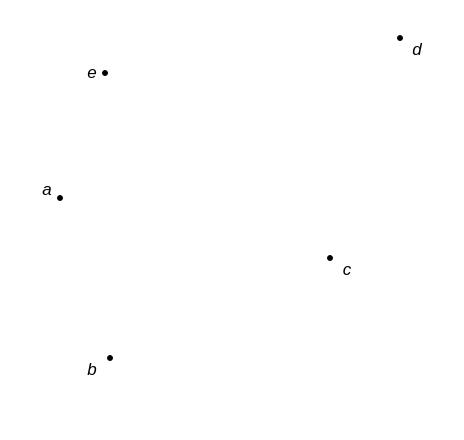
Earlier version of the draw.io diagram latex_report/useful_files/extra_mileage.drawio (thomasporro/TSP-solver). Source tidied: cells renumbered, new cells numbered last; positions are measured from the earlier drawing's top-left corner, leaving out a move shared by most shapes. Both pictures are drawn from the tidied source at 100%, with x=0, y=0 at pixel (17, 35).
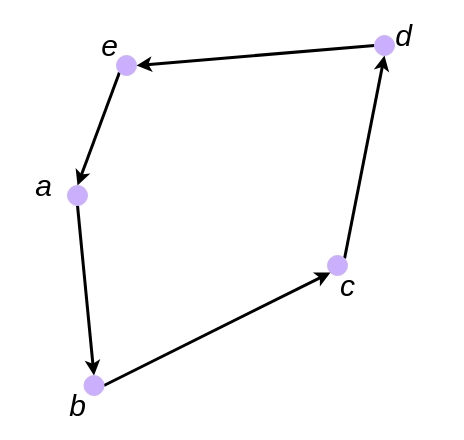
The same diagram, later.

The edit, as a diff of the source:
```diff
@@
 <mxGraphModel>
   <root>
     <mxCell id="0" />
     <mxCell id="1" parent="0" />
-    <mxCell id="2" style="ellipse;fillColor=#000000;strokeColor=#000000;fontColor=#000000;labelBackgroundColor=#000000;" parent="1" vertex="1">
-      <mxGeometry x="40" y="160" width="5" height="5" as="geometry" />
-    </mxCell>
-    <mxCell id="3" style="ellipse;fillColor=#000000;strokeColor=#000000;fontColor=#000000;labelBackgroundColor=#000000;" parent="1" vertex="1">
-      <mxGeometry x="90" y="320" width="5" height="5" as="geometry" />
-    </mxCell>
-    <mxCell id="4" style="ellipse;fillColor=#000000;strokeColor=#000000;fontColor=#000000;labelBackgroundColor=#000000;" parent="1" vertex="1">
-      <mxGeometry x="380" width="5" height="5" as="geometry" />
-    </mxCell>
-    <mxCell id="5" style="ellipse;fillColor=#000000;strokeColor=#000000;fontColor=#000000;labelBackgroundColor=#000000;" parent="1" vertex="1">
-      <mxGeometry x="85" y="35" width="5" height="5" as="geometry" />
-    </mxCell>
+    <mxCell id="12" style="edgeStyle=none;jettySize=auto;html=1;exitX=1;exitY=0;exitDx=0;exitDy=0;entryX=0.5;entryY=1;entryDx=0;entryDy=0;fontSize=30;strokeColor=default;strokeWidth=3;" parent="1" edge="1" source="6" target="14">
+      <mxGeometry relative="1" as="geometry" />
+    </mxCell>
-    <mxCell id="6" style="ellipse;fillColor=#000000;strokeColor=#000000;fontColor=#000000;labelBackgroundColor=#000000;" parent="1" vertex="1">
-      <mxGeometry x="310" y="220" width="5" height="5" as="geometry" />
+    <mxCell id="6" style="ellipse;fillColor=#CAB0FC;strokeColor=#CAB0FC;labelBackgroundColor=#000000;" parent="1" vertex="1">
+      <mxGeometry x="310" y="220" width="20" height="20" as="geometry" />
     </mxCell>
-    <mxCell id="7" value="a" style="text;html=1;strokeColor=none;fillColor=none;align=center;verticalAlign=middle;whiteSpace=wrap;rounded=0;labelBackgroundColor=none;fontColor=#000000;fontStyle=2;fontSize=17;" parent="1" vertex="1">
-      <mxGeometry y="150" width="60" height="10" as="geometry" />
-    </mxCell>
-    <mxCell id="8" value="b" style="text;html=1;strokeColor=none;fillColor=none;align=center;verticalAlign=middle;whiteSpace=wrap;rounded=0;labelBackgroundColor=none;fontColor=#000000;fontStyle=2;fontSize=17;" parent="1" vertex="1">
-      <mxGeometry x="45" y="330" width="60" height="10" as="geometry" />
-    </mxCell>
-    <mxCell id="9" value="c" style="text;html=1;strokeColor=none;fillColor=none;align=center;verticalAlign=middle;whiteSpace=wrap;rounded=0;labelBackgroundColor=none;fontColor=#000000;fontStyle=2;fontSize=17;" parent="1" vertex="1">
-      <mxGeometry x="300" y="230" width="60" height="10" as="geometry" />
+    <mxCell id="9" value="c" style="text;html=1;strokeColor=none;fillColor=none;align=center;verticalAlign=middle;whiteSpace=wrap;rounded=0;labelBackgroundColor=none;fontColor=#000000;fontStyle=2;fontSize=30;" parent="1" vertex="1">
+      <mxGeometry x="304" y="240" width="53" height="20" as="geometry" />
     </mxCell>
-    <mxCell id="10" value="d" style="text;html=1;strokeColor=none;fillColor=none;align=center;verticalAlign=middle;whiteSpace=wrap;rounded=0;labelBackgroundColor=none;fontColor=#000000;fontStyle=2;fontSize=17;" parent="1" vertex="1">
-      <mxGeometry x="370" y="10" width="60" height="10" as="geometry" />
+    <mxCell id="10" value="d" style="text;html=1;strokeColor=none;fillColor=none;align=center;verticalAlign=middle;whiteSpace=wrap;rounded=0;labelBackgroundColor=none;fontColor=#000000;fontStyle=2;fontSize=30;" parent="1" vertex="1">
+      <mxGeometry x="360" y="-10" width="53" height="20" as="geometry" />
     </mxCell>
-    <mxCell id="11" value="e" style="text;html=1;strokeColor=none;fillColor=none;align=center;verticalAlign=middle;whiteSpace=wrap;rounded=0;labelBackgroundColor=none;fontColor=#000000;fontStyle=2;fontSize=17;" parent="1" vertex="1">
-      <mxGeometry x="45" y="32.5" width="60" height="10" as="geometry" />
+    <mxCell id="11" value="e" style="text;html=1;strokeColor=none;fillColor=none;align=center;verticalAlign=middle;whiteSpace=wrap;rounded=0;labelBackgroundColor=none;fontColor=#000000;fontStyle=2;fontSize=30;" parent="1" vertex="1">
+      <mxGeometry x="66" width="53" height="20" as="geometry" />
     </mxCell>
+    <mxCell id="7" value="a" style="text;html=1;strokeColor=none;fillColor=none;align=center;verticalAlign=middle;whiteSpace=wrap;rounded=0;labelBackgroundColor=none;fontColor=#000000;fontStyle=2;fontSize=30;" parent="1" vertex="1">
+      <mxGeometry y="140" width="53" height="20" as="geometry" />
+    </mxCell>
+    <mxCell id="8" value="b" style="text;html=1;strokeColor=none;fillColor=none;align=center;verticalAlign=middle;whiteSpace=wrap;rounded=0;labelBackgroundColor=none;fontColor=#000000;fontStyle=2;fontSize=30;" parent="1" vertex="1">
+      <mxGeometry x="33.5" y="360" width="53" height="20" as="geometry" />
+    </mxCell>
+    <mxCell id="13" style="edgeStyle=none;jettySize=auto;html=1;exitX=0;exitY=0.5;exitDx=0;exitDy=0;entryX=1;entryY=0.5;entryDx=0;entryDy=0;fontSize=30;strokeColor=default;strokeWidth=3;" parent="1" edge="1" source="14" target="16">
+      <mxGeometry relative="1" as="geometry" />
+    </mxCell>
+    <mxCell id="14" style="ellipse;fillColor=#CAB0FC;strokeColor=#CAB0FC;labelBackgroundColor=#000000;" parent="1" vertex="1">
+      <mxGeometry x="357" width="20" height="20" as="geometry" />
+    </mxCell>
+    <mxCell id="15" style="edgeStyle=none;jettySize=auto;html=1;exitX=0;exitY=1;exitDx=0;exitDy=0;entryX=0.5;entryY=0;entryDx=0;entryDy=0;fontSize=30;strokeColor=default;strokeWidth=3;" parent="1" edge="1" source="16" target="18">
+      <mxGeometry relative="1" as="geometry" />
+    </mxCell>
+    <mxCell id="16" style="ellipse;fillColor=#CAB0FC;strokeColor=#CAB0FC;labelBackgroundColor=#000000;" parent="1" vertex="1">
+      <mxGeometry x="99" y="20" width="20" height="20" as="geometry" />
+    </mxCell>
+    <mxCell id="17" style="edgeStyle=none;jettySize=auto;html=1;exitX=0.5;exitY=1;exitDx=0;exitDy=0;entryX=0.5;entryY=0;entryDx=0;entryDy=0;fontSize=30;strokeColor=default;strokeWidth=3;" parent="1" edge="1" source="18" target="20">
+      <mxGeometry relative="1" as="geometry" />
+    </mxCell>
+    <mxCell id="18" style="ellipse;fillColor=#CAB0FC;strokeColor=#CAB0FC;labelBackgroundColor=#000000;" parent="1" vertex="1">
+      <mxGeometry x="50" y="150" width="20" height="20" as="geometry" />
+    </mxCell>
+    <mxCell id="19" style="edgeStyle=none;jettySize=auto;html=1;exitX=1;exitY=0.5;exitDx=0;exitDy=0;entryX=0;entryY=1;entryDx=0;entryDy=0;fontSize=30;strokeColor=default;strokeWidth=3;" parent="1" edge="1" source="20" target="6">
+      <mxGeometry relative="1" as="geometry" />
+    </mxCell>
+    <mxCell id="20" style="ellipse;fillColor=#CAB0FC;strokeColor=#CAB0FC;labelBackgroundColor=#000000;" parent="1" vertex="1">
+      <mxGeometry x="66.5" y="340" width="20" height="20" as="geometry" />
+    </mxCell>
   </root>
 </mxGraphModel>
```
